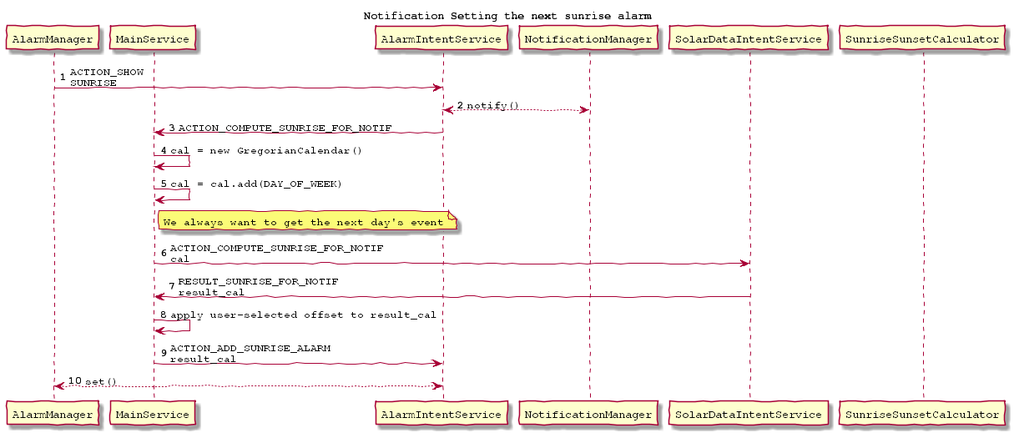
Before: architecture/add_alarm_from_notif.png, a diagram exported from PlantUML (hckrtst/sol).
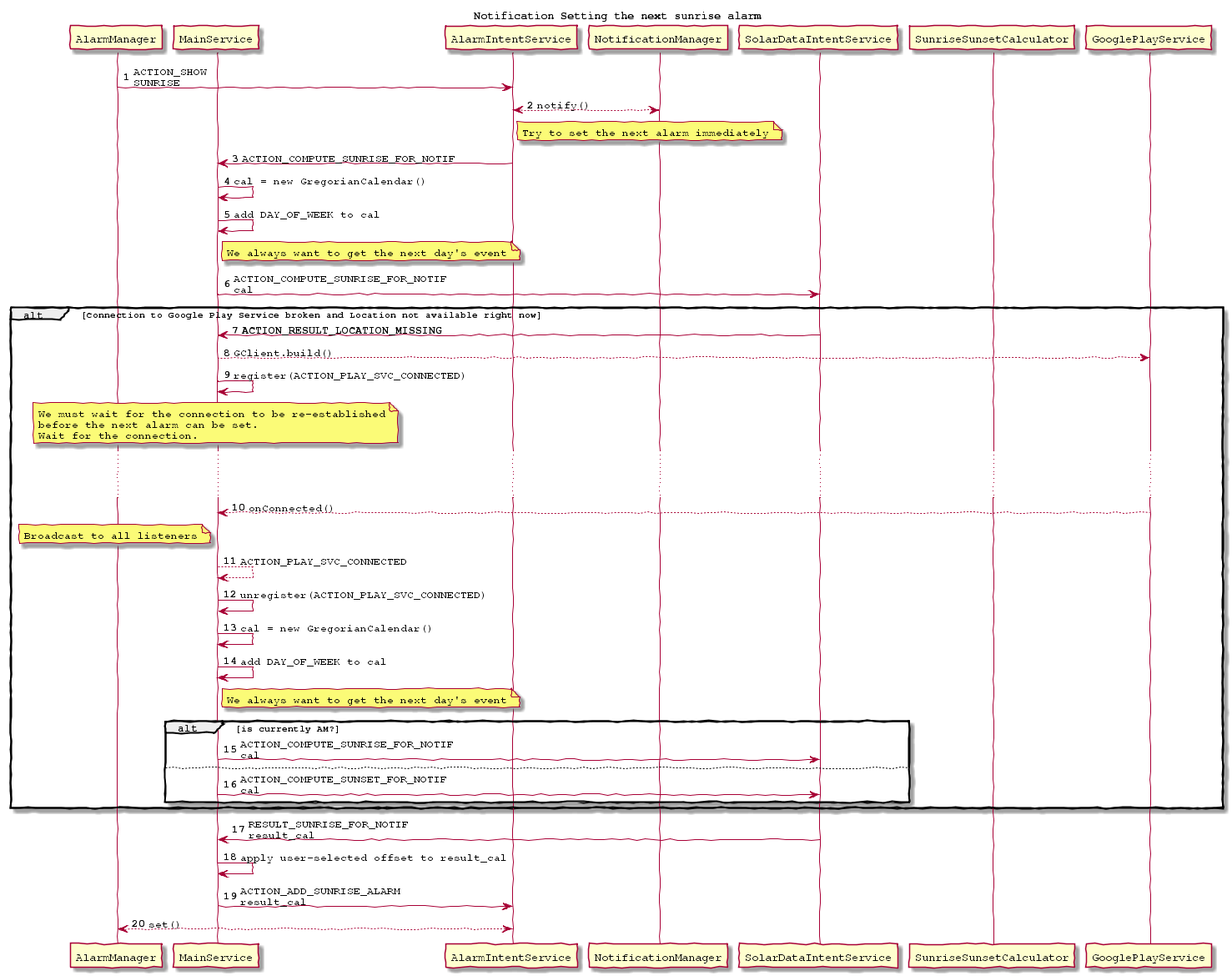
The same diagram one commit later.

The edit, as a diff of the source:
```diff
@@ -12,16 +12,48 @@
 participant NotificationManager as nm
 participant SolarDataIntentService as sdis
 participant SunriseSunsetCalculator as calc
+participant GooglePlayService as gps
 
 am->ais:ACTION_SHOW\nSUNRISE
 ais<-->nm:notify()
+note right of ais
+   Try to set the next alarm immediately
+end note
 ais->mains:ACTION_COMPUTE_SUNRISE_FOR_NOTIF
 mains->mains:cal = new GregorianCalendar()
-mains->mains:cal = cal.add(DAY_OF_WEEK)
+mains->mains:add DAY_OF_WEEK to cal
 note right of mains
    We always want to get the next day's event
 end note
 mains->sdis:ACTION_COMPUTE_SUNRISE_FOR_NOTIF\ncal
+alt Connection to Google Play Service broken and Location not available right now
+   sdis->mains:<b>ACTION_RESULT_LOCATION_MISSING
+   mains-->gps:GClient.build()
+   mains->mains:register(ACTION_PLAY_SVC_CONNECTED)
+   note over mains
+    We must wait for the connection to be re-established
+    before the next alarm can be set.
+    Wait for the connection.
+   end note
+   ...
+   ...
+   gps-->mains:onConnected()
+   note left of mains
+    Broadcast to all listeners
+   end note
+   mains-->mains:ACTION_PLAY_SVC_CONNECTED
+   mains->mains:unregister(ACTION_PLAY_SVC_CONNECTED)
+   mains->mains:cal = new GregorianCalendar()
+   mains->mains:add DAY_OF_WEEK to cal
+   note right of mains
+    We always want to get the next day's event
+   end note
+   alt is currently AM?
+    mains->sdis:ACTION_COMPUTE_SUNRISE_FOR_NOTIF\ncal
+   else
+    mains->sdis:ACTION_COMPUTE_SUNSET_FOR_NOTIF\ncal
+   end
+end
 sdis->mains:RESULT_SUNRISE_FOR_NOTIF\nresult_cal
 mains->mains:apply user-selected offset to result_cal
 mains->ais:ACTION_ADD_SUNRISE_ALARM\nresult_cal
```
